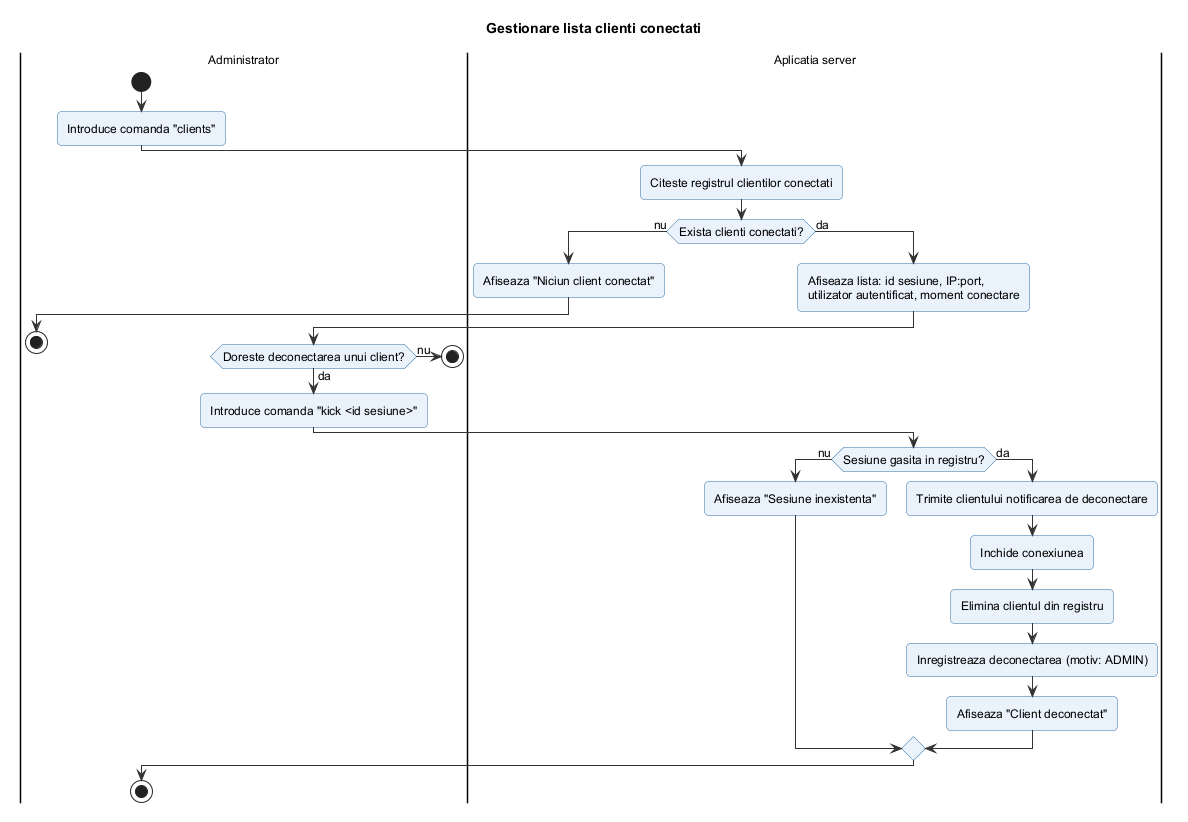
This is docs/diagrame/2_activitati/gestionare_clienti_conectati.png from filip-eanu/ProiectIS, a PlantUML export, as it was before one commit. Source of this version:
```plantuml
@startuml gestionare_clienti_conectati
!include ../_stil.iuml
title Gestionare lista clienti conectati

|Administrator|
start
:Introduce comanda "clients";
|Aplicatia server|
:Citeste registrul clientilor conectati;
if (Exista clienti conectati?) then (nu)
  :Afiseaza "Niciun client conectat";
  |Administrator|
  stop
else (da)
  |Aplicatia server|
  :Afiseaza lista: id sesiune, IP:port,
  utilizator autentificat, moment conectare;
  |Administrator|
  if (Doreste deconectarea unui client?) then (nu)
    stop
  else (da)
    :Introduce comanda "kick <id sesiune>";
    |Aplicatia server|
    if (Sesiune gasita in registru?) then (nu)
      :Afiseaza "Sesiune inexistenta";
    else (da)
      :Trimite clientului notificarea de deconectare;
      :Inchide conexiunea;
      :Elimina clientul din registru;
      :Inregistreaza deconectarea (motiv: ADMIN);
      :Afiseaza "Client deconectat";
    endif
  endif
endif
|Administrator|
stop
@enduml
```
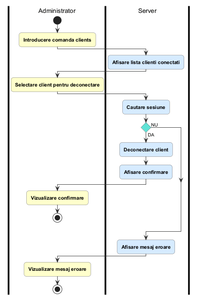
After the commit.

What changed in the source:
```diff
@@ -1,37 +1,26 @@
 @startuml gestionare_clienti_conectati
-!include ../_stil.iuml
-title Gestionare lista clienti conectati
+!include ../_stil_activitati.iuml
 
 |Administrator|
 start
-:Introduce comanda "clients";
-|Aplicatia server|
-:Citeste registrul clientilor conectati;
-if (Exista clienti conectati?) then (nu)
-  :Afiseaza "Niciun client conectat";
+$A("Introducere comanda clients")
+|Server|
+$S("Afisare lista clienti conectati")
+|Administrator|
+$A("Selectare client pentru deconectare")
+|Server|
+$S("Cautare sesiune")
+if () then (DA)
+  $S("Deconectare client")
+  $S("Afisare confirmare")
   |Administrator|
+  $A("Vizualizare confirmare")
   stop
-else (da)
-  |Aplicatia server|
-  :Afiseaza lista: id sesiune, IP:port,
-  utilizator autentificat, moment conectare;
-  |Administrator|
-  if (Doreste deconectarea unui client?) then (nu)
-    stop
-  else (da)
-    :Introduce comanda "kick <id sesiune>";
-    |Aplicatia server|
-    if (Sesiune gasita in registru?) then (nu)
-      :Afiseaza "Sesiune inexistenta";
-    else (da)
-      :Trimite clientului notificarea de deconectare;
-      :Inchide conexiunea;
-      :Elimina clientul din registru;
-      :Inregistreaza deconectarea (motiv: ADMIN);
-      :Afiseaza "Client deconectat";
-    endif
-  endif
+else (NU)
 endif
+|Server|
+$S("Afisare mesaj eroare")
 |Administrator|
+$A("Vizualizare mesaj eroare")
 stop
 @enduml
```
